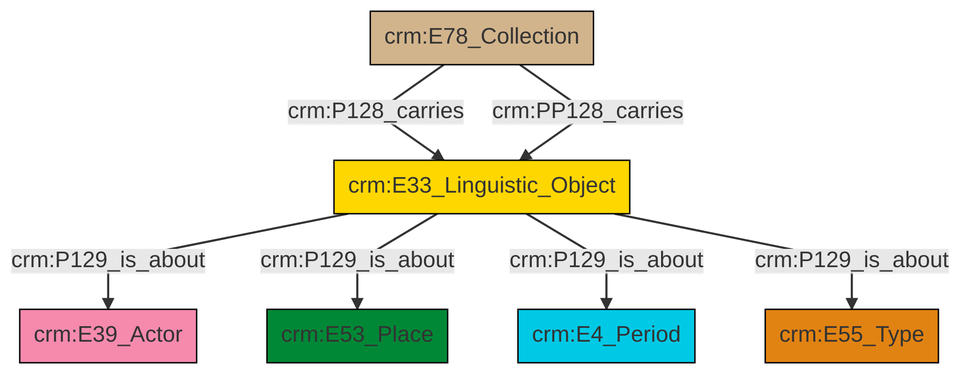
swiss-art-research-net/docs.swissartresearch keeps this Mermaid diagram as et/archivalCSV/ttl/mmd/png/archival_aboutness.png. Above is the earlier version. Its source is kept beside it as et/archivalCSV/ttl/mmd/archival_aboutness.ttl.mmd.
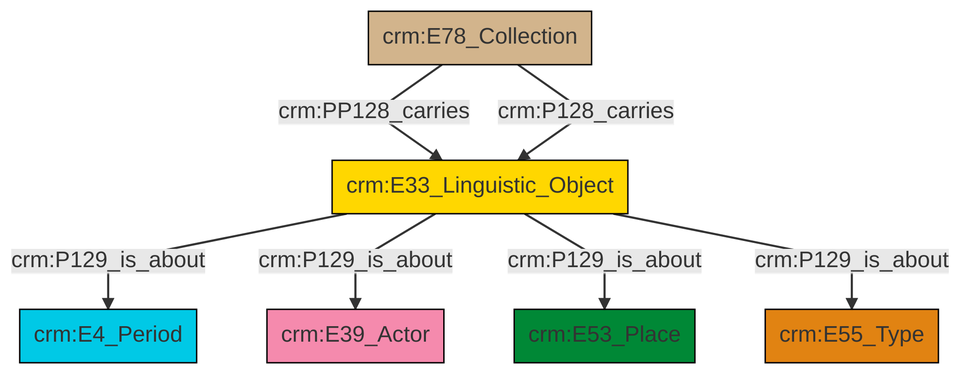
Later version of the same file.

Change to the diagram source:
```diff
@@ -13,9 +13,9 @@
 classDef PC_Classes fill:#4ce600, stroke:#000000;
 classDef Multi fill:#cccccc,stroke:#000000;
 
-0["crm:E33_Linguistic_Object"]:::Conceptual_Object -->|crm:P129_is_about| 1["crm:E39_Actor"]:::Actor
-2["crm:E78_Collection"]:::Physical_Thing -->|crm:P128_carries| 0["crm:E33_Linguistic_Object"]:::Conceptual_Object
-0["crm:E33_Linguistic_Object"]:::Conceptual_Object -->|crm:P129_is_about| 8["crm:E53_Place"]:::Place
-0["crm:E33_Linguistic_Object"]:::Conceptual_Object -->|crm:P129_is_about| 10["crm:E4_Period"]:::Temporal_Entity
-2["crm:E78_Collection"]:::Physical_Thing -->|crm:PP128_carries| 0["crm:E33_Linguistic_Object"]:::Conceptual_Object
-0["crm:E33_Linguistic_Object"]:::Conceptual_Object -->|crm:P129_is_about| 6["crm:E55_Type"]:::Type
+0["crm:E78_Collection"]:::Physical_Thing -->|crm:PP128_carries| 1["crm:E33_Linguistic_Object"]:::Conceptual_Object
+1["crm:E33_Linguistic_Object"]:::Conceptual_Object -->|crm:P129_is_about| 2["crm:E4_Period"]:::Temporal_Entity
+1["crm:E33_Linguistic_Object"]:::Conceptual_Object -->|crm:P129_is_about| 3["crm:E39_Actor"]:::Actor
+1["crm:E33_Linguistic_Object"]:::Conceptual_Object -->|crm:P129_is_about| 9["crm:E53_Place"]:::Place
+1["crm:E33_Linguistic_Object"]:::Conceptual_Object -->|crm:P129_is_about| 7["crm:E55_Type"]:::Type
+0["crm:E78_Collection"]:::Physical_Thing -->|crm:P128_carries| 1["crm:E33_Linguistic_Object"]:::Conceptual_Object
```
